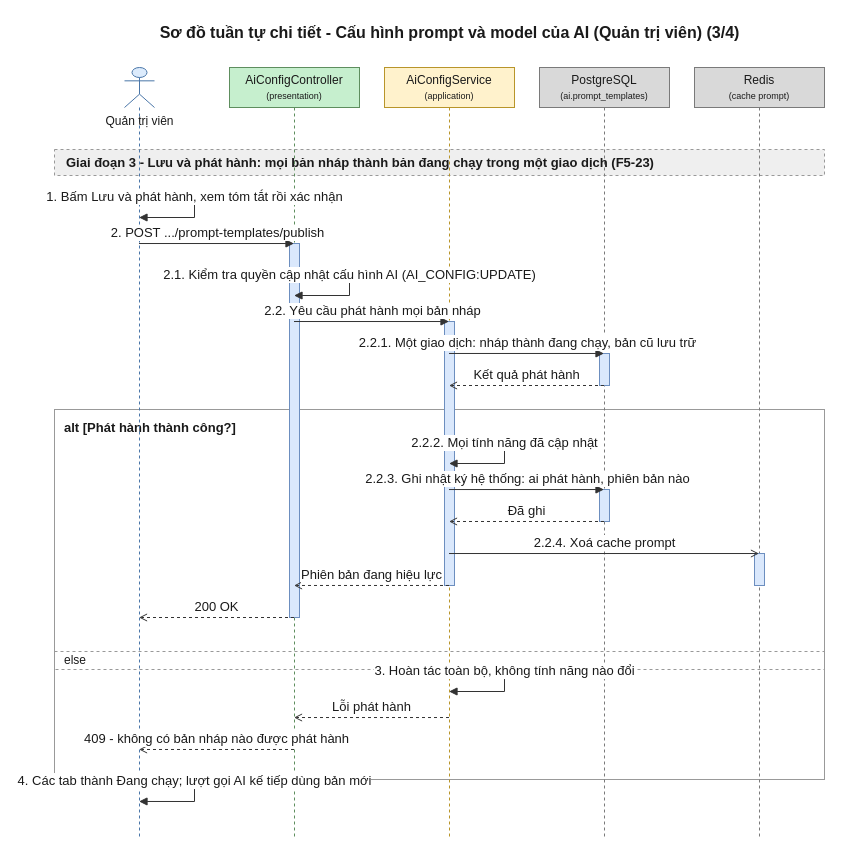
Before: 08-diagram/sequence/admin/sequence_admin_cau_hinh_prompt_ai_p3.drawio in daiphu1801/PRJ_ALGOPREP, a draw.io diagram. Source tidied: cells renumbered, new cells numbered last; positions are measured from the earlier drawing's top-left corner, leaving out a move shared by most shapes. Both pictures are drawn from the tidied source at 100%, with x=0, y=0 at pixel (54, 17).
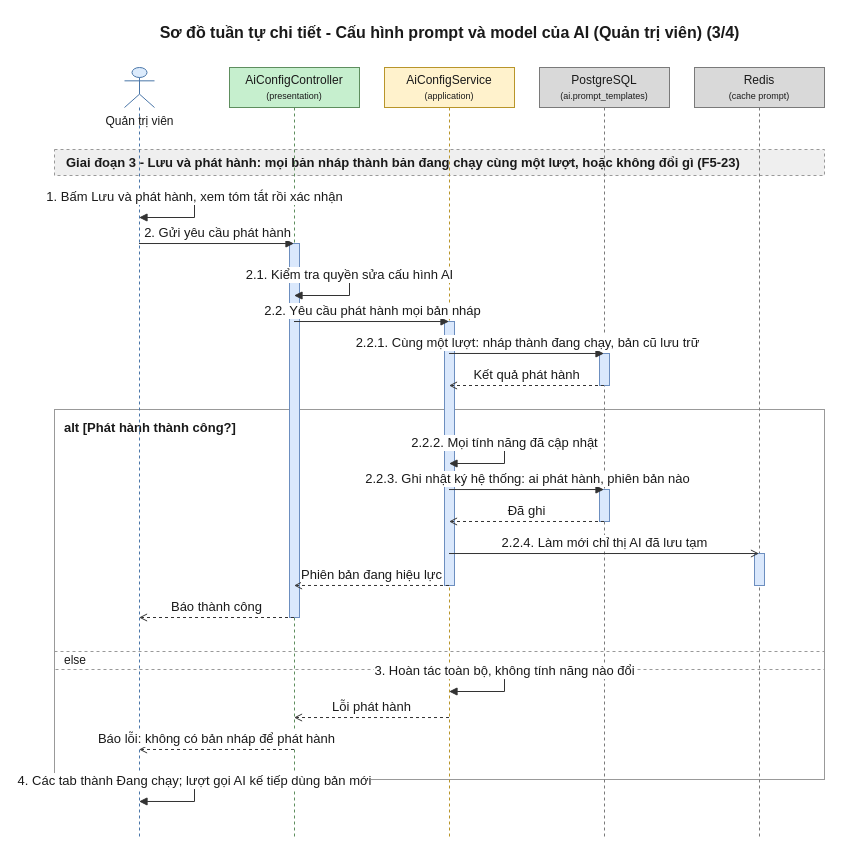
The same page after the edit.

The change refers to these unchanged cells:
```xml
<mxCell id="6" value="Quản trị viên" style="shape=umlLifeline;participant=umlActor;perimeter=lifelinePerimeter;html=1;outlineConnect=0;size=40;verticalAlign=top;spacingTop=40;fillColor=#DCEBFC;strokeColor=#4A76A8;fontColor=#1A1A1A;" parent="1" vertex="1">
  <mxGeometry x="70" y="50" width="30" height="770" as="geometry" />
</mxCell>
<mxCell id="7" value="AiConfigController&lt;br&gt;&lt;font style=&quot;font-size:9px&quot;&gt;(presentation)&lt;/font&gt;" style="shape=umlLifeline;perimeter=lifelinePerimeter;whiteSpace=wrap;html=1;outlineConnect=0;size=40;fillColor=#C6EFCE;strokeColor=#5E8E5E;fontColor=#1A1A1A;" parent="1" vertex="1">
  <mxGeometry x="175" y="50" width="130" height="770" as="geometry" />
</mxCell>
<mxCell id="8" value="AiConfigService&lt;br&gt;&lt;font style=&quot;font-size:9px&quot;&gt;(application)&lt;/font&gt;" style="shape=umlLifeline;perimeter=lifelinePerimeter;whiteSpace=wrap;html=1;outlineConnect=0;size=40;fillColor=#FFF2CC;strokeColor=#B8952A;fontColor=#1A1A1A;" parent="1" vertex="1">
  <mxGeometry x="330" y="50" width="130" height="770" as="geometry" />
</mxCell>
<mxCell id="9" value="PostgreSQL&lt;br&gt;&lt;font style=&quot;font-size:9px&quot;&gt;(ai.prompt_templates)&lt;/font&gt;" style="shape=umlLifeline;perimeter=lifelinePerimeter;whiteSpace=wrap;html=1;outlineConnect=0;size=40;fillColor=#D9D9D9;strokeColor=#7A7A7A;fontColor=#1A1A1A;" parent="1" vertex="1">
  <mxGeometry x="485" y="50" width="130" height="770" as="geometry" />
</mxCell>
<mxCell id="10" value="Redis&lt;br&gt;&lt;font style=&quot;font-size:9px&quot;&gt;(cache prompt)&lt;/font&gt;" style="shape=umlLifeline;perimeter=lifelinePerimeter;whiteSpace=wrap;html=1;outlineConnect=0;size=40;fillColor=#D9D9D9;strokeColor=#7A7A7A;fontColor=#1A1A1A;" parent="1" vertex="1">
  <mxGeometry x="640" y="50" width="130" height="770" as="geometry" />
</mxCell>
```

Change to the diagram source:
```diff
@@
-    <mxCell id="5" value="Giai đoạn 3 - Lưu và phát hành: mọi bản nháp thành bản đang chạy trong một giao dịch (F5-23)" style="algoprep=phase;rounded=0;whiteSpace=wrap;html=1;fillColor=#EFEFEF;strokeColor=#999999;dashed=1;align=left;verticalAlign=middle;spacingLeft=10;fontColor=#1A1A1A;fontSize=13;fontStyle=1;" parent="1" vertex="1">
+    <mxCell id="5" value="Giai đoạn 3 - Lưu và phát hành: mọi bản nháp thành bản đang chạy cùng một lượt, hoặc không đổi gì (F5-23)" style="algoprep=phase;rounded=0;whiteSpace=wrap;html=1;fillColor=#EFEFEF;strokeColor=#999999;dashed=1;align=left;verticalAlign=middle;spacingLeft=10;fontColor=#1A1A1A;fontSize=13;fontStyle=1;" parent="1" vertex="1">
       <mxGeometry y="132" width="770" height="26" as="geometry" />
     </mxCell>
@@
-    <mxCell id="17" value="2. POST .../prompt-templates/publish" style="edgeStyle=none;html=1;endArrow=block;endFill=1;strokeColor=#333333;fontColor=#1A1A1A;fontSize=13;verticalAlign=bottom;exitX=0.5;exitY=0.2286;exitDx=0;exitDy=0;entryX=0.5;entryY=0.2286;entryDx=0;entryDy=0;" parent="1" edge="1" source="6" target="7">
+    <mxCell id="17" value="2. Gửi yêu cầu phát hành" style="edgeStyle=none;html=1;endArrow=block;endFill=1;strokeColor=#333333;fontColor=#1A1A1A;fontSize=13;verticalAlign=bottom;exitX=0.5;exitY=0.2286;exitDx=0;exitDy=0;entryX=0.5;entryY=0.2286;entryDx=0;entryDy=0;" parent="1" edge="1" source="6" target="7">
       <mxGeometry relative="1" as="geometry" />
     </mxCell>
-    <mxCell id="18" value="2.1. Kiểm tra quyền cập nhật cấu hình AI (AI_CONFIG:UPDATE)" style="edgeStyle=orthogonalEdgeStyle;rounded=0;html=1;endArrow=block;endFill=1;strokeColor=#333333;fontColor=#1A1A1A;fontSize=13;verticalAlign=bottom;exitX=0.5;exitY=0.2701;exitDx=0;exitDy=0;entryX=0.5;entryY=0.2961;entryDx=0;entryDy=0;" parent="1" edge="1" source="7" target="7">
+    <mxCell id="18" value="2.1. Kiểm tra quyền sửa cấu hình AI" style="edgeStyle=orthogonalEdgeStyle;rounded=0;html=1;endArrow=block;endFill=1;strokeColor=#333333;fontColor=#1A1A1A;fontSize=13;verticalAlign=bottom;exitX=0.5;exitY=0.2701;exitDx=0;exitDy=0;entryX=0.5;entryY=0.2961;entryDx=0;entryDy=0;" parent="1" edge="1" source="7" target="7">
       <mxGeometry relative="1" as="geometry">
         <Array as="points">
           <mxPoint x="295" y="258" />
           <mxPoint x="295" y="278" />
         </Array>
       </mxGeometry>
     </mxCell>
@@
-    <mxCell id="20" value="2.2.1. Một giao dịch: nháp thành đang chạy, bản cũ lưu trữ" style="edgeStyle=none;html=1;endArrow=block;endFill=1;strokeColor=#333333;fontColor=#1A1A1A;fontSize=13;verticalAlign=bottom;exitX=0.5;exitY=0.3714;exitDx=0;exitDy=0;entryX=0.5;entryY=0.3714;entryDx=0;entryDy=0;" parent="1" edge="1" source="8" target="9">
+    <mxCell id="20" value="2.2.1. Cùng một lượt: nháp thành đang chạy, bản cũ lưu trữ" style="edgeStyle=none;html=1;endArrow=block;endFill=1;strokeColor=#333333;fontColor=#1A1A1A;fontSize=13;verticalAlign=bottom;exitX=0.5;exitY=0.3714;exitDx=0;exitDy=0;entryX=0.5;entryY=0.3714;entryDx=0;entryDy=0;" parent="1" edge="1" source="8" target="9">
       <mxGeometry relative="1" as="geometry" />
     </mxCell>
@@
-    <mxCell id="25" value="2.2.4. Xoá cache prompt" style="edgeStyle=none;html=1;endArrow=open;endFill=0;strokeColor=#333333;fontColor=#1A1A1A;fontSize=13;verticalAlign=bottom;exitX=0.5;exitY=0.6312;exitDx=0;exitDy=0;entryX=0.5;entryY=0.6312;entryDx=0;entryDy=0;" parent="1" edge="1" source="8" target="10">
+    <mxCell id="25" value="2.2.4. Làm mới chỉ thị AI đã lưu tạm" style="edgeStyle=none;html=1;endArrow=open;endFill=0;strokeColor=#333333;fontColor=#1A1A1A;fontSize=13;verticalAlign=bottom;exitX=0.5;exitY=0.6312;exitDx=0;exitDy=0;entryX=0.5;entryY=0.6312;entryDx=0;entryDy=0;" parent="1" edge="1" source="8" target="10">
       <mxGeometry relative="1" as="geometry" />
     </mxCell>
@@
-    <mxCell id="27" value="200 OK" style="edgeStyle=none;html=1;endArrow=open;endFill=0;dashed=1;strokeColor=#333333;fontColor=#1A1A1A;fontSize=13;verticalAlign=bottom;exitX=0.5;exitY=0.7143;exitDx=0;exitDy=0;entryX=0.5;entryY=0.7143;entryDx=0;entryDy=0;" parent="1" edge="1" source="7" target="6">
+    <mxCell id="27" value="Báo thành công" style="edgeStyle=none;html=1;endArrow=open;endFill=0;dashed=1;strokeColor=#333333;fontColor=#1A1A1A;fontSize=13;verticalAlign=bottom;exitX=0.5;exitY=0.7143;exitDx=0;exitDy=0;entryX=0.5;entryY=0.7143;entryDx=0;entryDy=0;" parent="1" edge="1" source="7" target="6">
       <mxGeometry relative="1" as="geometry" />
     </mxCell>
@@
-    <mxCell id="30" value="409 - không có bản nháp nào được phát hành" style="edgeStyle=none;html=1;endArrow=open;endFill=0;dashed=1;strokeColor=#333333;fontColor=#1A1A1A;fontSize=13;verticalAlign=bottom;exitX=0.5;exitY=0.8857;exitDx=0;exitDy=0;entryX=0.5;entryY=0.8857;entryDx=0;entryDy=0;" parent="1" edge="1" source="7" target="6">
+    <mxCell id="30" value="Báo lỗi: không có bản nháp để phát hành" style="edgeStyle=none;html=1;endArrow=open;endFill=0;dashed=1;strokeColor=#333333;fontColor=#1A1A1A;fontSize=13;verticalAlign=bottom;exitX=0.5;exitY=0.8857;exitDx=0;exitDy=0;entryX=0.5;entryY=0.8857;entryDx=0;entryDy=0;" parent="1" edge="1" source="7" target="6">
       <mxGeometry relative="1" as="geometry" />
     </mxCell>
```
